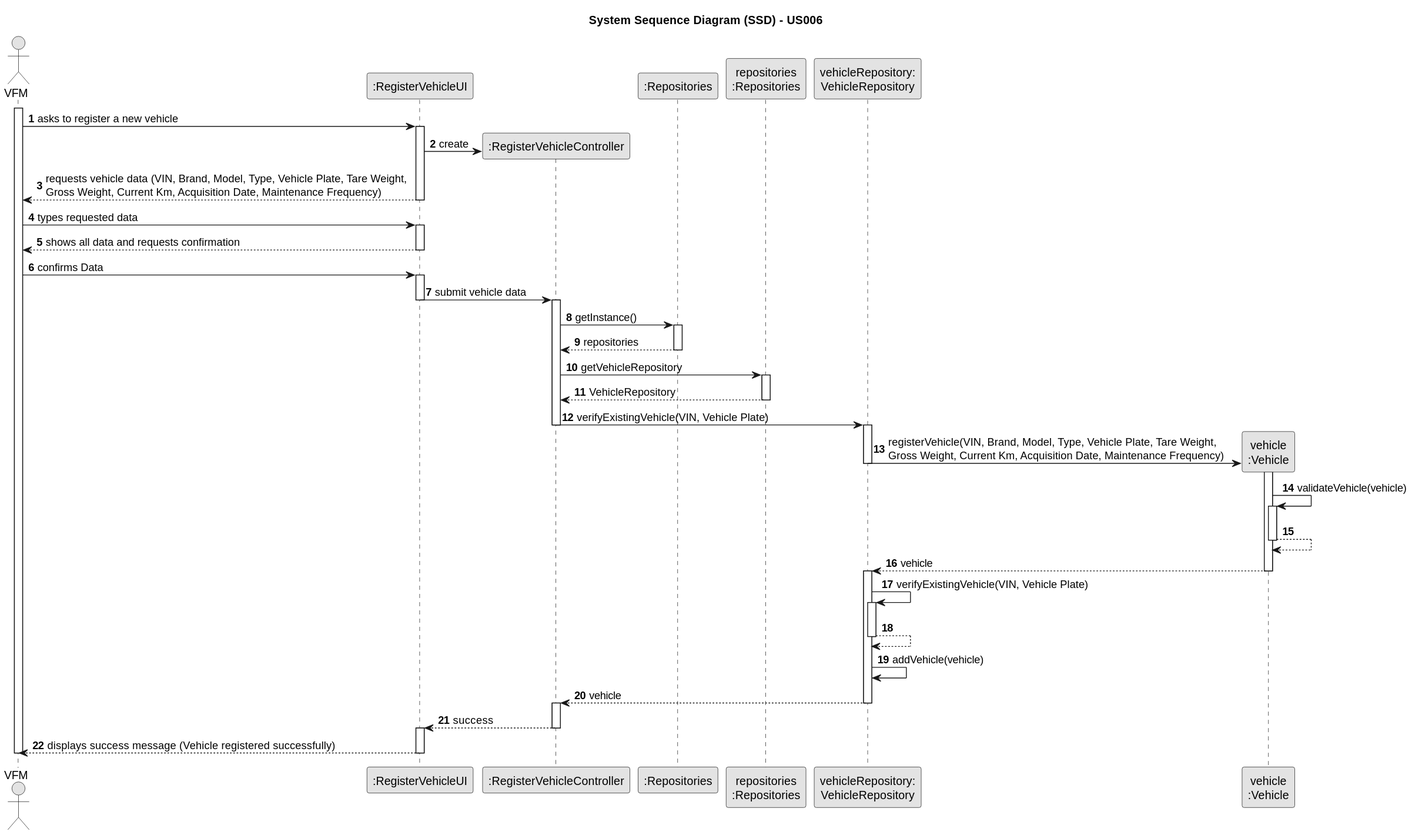
Earlier version of the PlantUML export docs/sprintB/us006/03.design/svg/us006-sequence-diagram-full.svg (ricardomm7/leaflink).
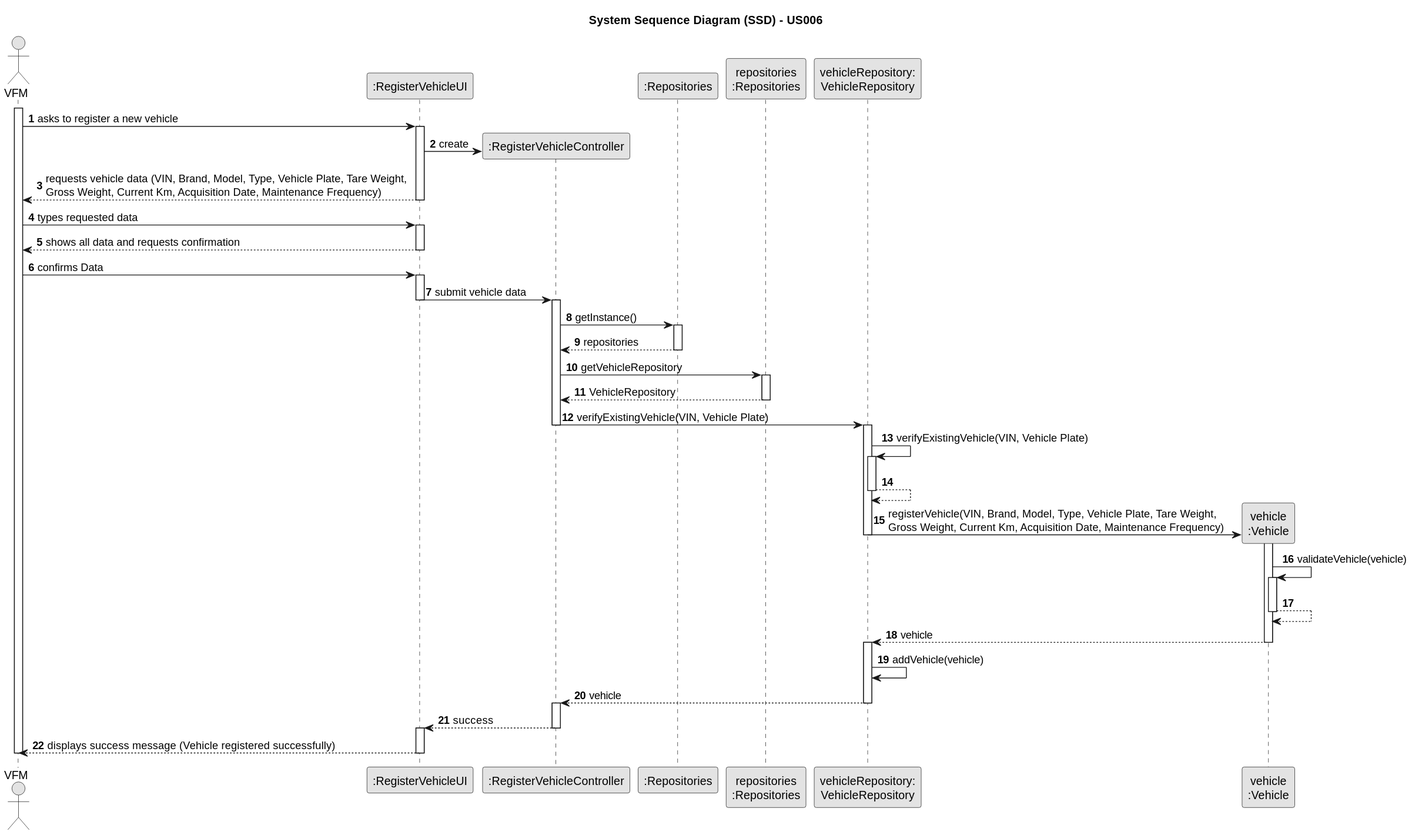
After the commit.

What changed in the source:
```diff
@@ -55,10 +55,17 @@
 
             activate VehicleRepository
 
+        VehicleRepository -> VehicleRepository: verifyExistingVehicle(VIN, Vehicle Plate)
+                                activate VehicleRepository
+
+                                VehicleRepository --> VehicleRepository
+                                deactivate VehicleRepository
+
 
             VehicleRepository -> VEI **: registerVehicle(VIN, Brand, Model, Type, Vehicle Plate, Tare Weight, \nGross Weight, Current Km, Acquisition Date, Maintenance Frequency)
         deactivate VehicleRepository
             activate VEI
+
 
             VEI -> VEI: validateVehicle(vehicle)
             activate VEI
@@ -70,11 +77,7 @@
             deactivate VEI
             activate VehicleRepository
 
-            VehicleRepository -> VehicleRepository: verifyExistingVehicle(VIN, Vehicle Plate)
-                        activate VehicleRepository
 
-                        VehicleRepository --> VehicleRepository
-                        deactivate VehicleRepository
 
                         VehicleRepository -> VehicleRepository: addVehicle(vehicle)
 
```
